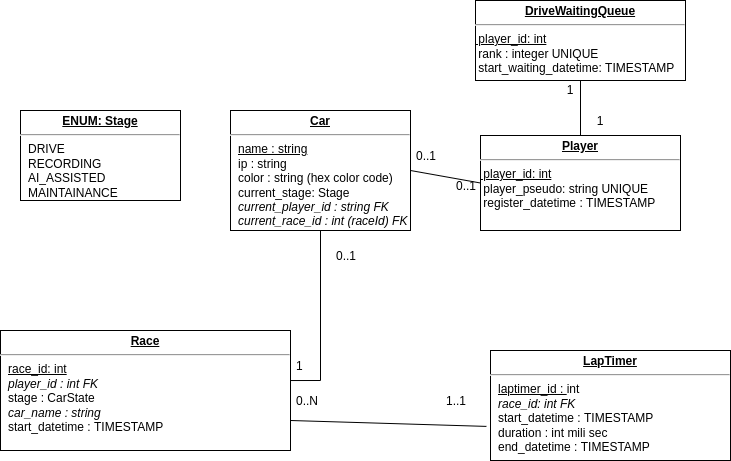
Before: doc/donkeycarManager/DataStructure.png, a diagram exported from draw.io (mdl29/donkeycarLPH). Source tidied: cells renumbered, new cells last; positions are measured from the earlier drawing's top-left corner, leaving out a move shared by most shapes.
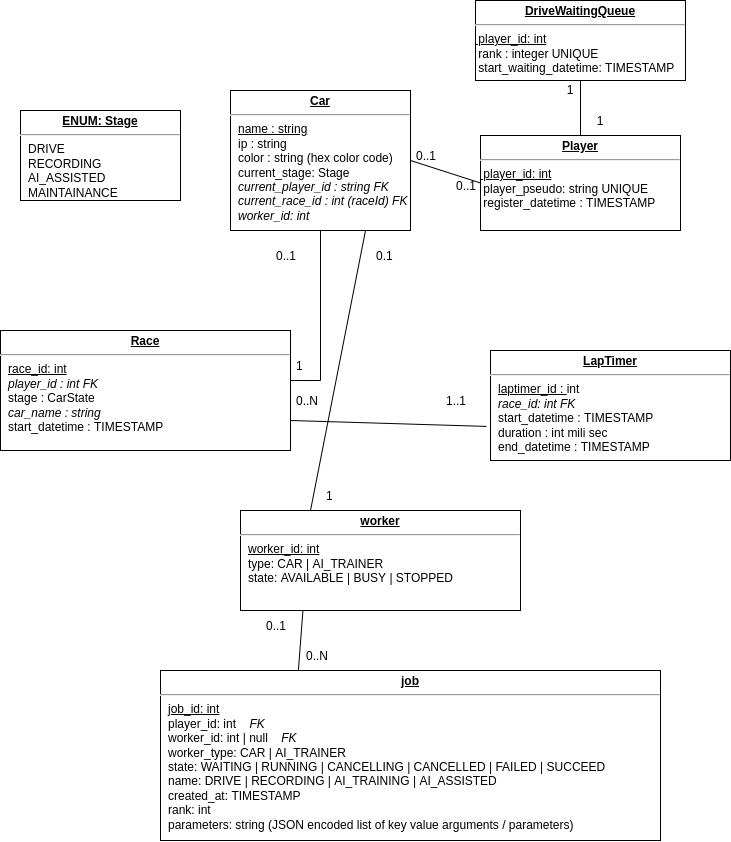
After the change.

The edit, as a diff of the source:
```diff
@@ -2,8 +2,11 @@
   <root>
     <mxCell id="0" />
     <mxCell id="1" parent="0" />
+    <mxCell id="20" style="edgeStyle=none;html=1;exitX=0.75;exitY=1;exitDx=0;exitDy=0;entryX=0.25;entryY=0;entryDx=0;entryDy=0;endArrow=none;endFill=0;" parent="1" edge="1" source="2" target="23">
+      <mxGeometry relative="1" as="geometry" />
+    </mxCell>
-    <mxCell id="2" value="&lt;p style=&quot;margin: 0px ; margin-top: 4px ; text-align: center ; text-decoration: underline&quot;&gt;&lt;b&gt;Car&lt;/b&gt;&lt;br&gt;&lt;/p&gt;&lt;hr&gt;&lt;p style=&quot;margin: 0px ; margin-left: 8px&quot;&gt;&lt;u&gt;name : string&lt;/u&gt;&lt;br&gt;&lt;/p&gt;&lt;p style=&quot;margin: 0px ; margin-left: 8px&quot;&gt;ip : string&lt;br&gt;color : string (hex color code)&lt;/p&gt;&lt;p style=&quot;margin: 0px ; margin-left: 8px&quot;&gt;current_stage: Stage&lt;/p&gt;&lt;p style=&quot;margin: 0px ; margin-left: 8px&quot;&gt;&lt;i&gt;current_player_id : string FK&lt;/i&gt;&lt;/p&gt;&lt;p style=&quot;margin: 0px ; margin-left: 8px&quot;&gt;&lt;i&gt;current_race_id : int (raceId) FK&lt;/i&gt;&lt;br&gt;&lt;/p&gt;" style="verticalAlign=top;align=left;overflow=fill;fontSize=12;fontFamily=Helvetica;html=1;" parent="1" vertex="1">
-      <mxGeometry x="230" y="110" width="180" height="120" as="geometry" />
+    <mxCell id="2" value="&lt;p style=&quot;margin: 0px ; margin-top: 4px ; text-align: center ; text-decoration: underline&quot;&gt;&lt;b&gt;Car&lt;/b&gt;&lt;br&gt;&lt;/p&gt;&lt;hr&gt;&lt;p style=&quot;margin: 0px ; margin-left: 8px&quot;&gt;&lt;u&gt;name : string&lt;/u&gt;&lt;br&gt;&lt;/p&gt;&lt;p style=&quot;margin: 0px ; margin-left: 8px&quot;&gt;ip : string&lt;br&gt;color : string (hex color code)&lt;/p&gt;&lt;p style=&quot;margin: 0px ; margin-left: 8px&quot;&gt;current_stage: Stage&lt;/p&gt;&lt;p style=&quot;margin: 0px ; margin-left: 8px&quot;&gt;&lt;i&gt;current_player_id : string FK&lt;/i&gt;&lt;/p&gt;&lt;p style=&quot;margin: 0px ; margin-left: 8px&quot;&gt;&lt;i&gt;current_race_id : int (raceId) FK&lt;/i&gt;&lt;br&gt;&lt;/p&gt;&lt;p style=&quot;margin: 0px ; margin-left: 8px&quot;&gt;&lt;i&gt;worker_id: int&lt;/i&gt;&lt;/p&gt;" style="verticalAlign=top;align=left;overflow=fill;fontSize=12;fontFamily=Helvetica;html=1;" parent="1" vertex="1">
+      <mxGeometry x="230" y="90" width="180" height="140" as="geometry" />
     </mxCell>
     <mxCell id="3" value="&lt;p style=&quot;margin:0px;margin-top:4px;text-align:center;text-decoration:underline;&quot;&gt;&lt;b&gt;ENUM: Stage&lt;/b&gt;&lt;br&gt;&lt;/p&gt;&lt;hr&gt;&lt;p style=&quot;margin:0px;margin-left:8px;&quot;&gt;DRIVE&lt;br&gt;RECORDING&lt;br&gt;AI_ASSISTED&lt;/p&gt;&lt;p style=&quot;margin:0px;margin-left:8px;&quot;&gt;MAINTAINANCE&lt;br&gt;&lt;/p&gt;" style="verticalAlign=top;align=left;overflow=fill;fontSize=12;fontFamily=Helvetica;html=1;" parent="1" vertex="1">
       <mxGeometry x="20" y="110" width="160" height="90" as="geometry" />
@@ -34,7 +37,7 @@
       <mxGeometry x="410" y="140" width="40" height="30" as="geometry" />
     </mxCell>
     <mxCell id="11" value="0..1" style="text;strokeColor=none;fillColor=none;align=left;verticalAlign=middle;spacingLeft=4;spacingRight=4;overflow=hidden;" parent="1" vertex="1">
-      <mxGeometry x="330" y="240" width="40" height="30" as="geometry" />
+      <mxGeometry x="270" y="240" width="40" height="30" as="geometry" />
     </mxCell>
     <mxCell id="12" value="1" style="text;strokeColor=none;fillColor=none;align=left;verticalAlign=middle;spacingLeft=4;spacingRight=4;overflow=hidden;" parent="1" vertex="1">
       <mxGeometry x="290" y="350" width="40" height="30" as="geometry" />
@@ -60,5 +63,26 @@
     <mxCell id="19" value="1" style="text;html=1;strokeColor=none;fillColor=none;align=center;verticalAlign=middle;whiteSpace=wrap;rounded=0;" parent="1" vertex="1">
       <mxGeometry x="570" y="106" width="60" height="30" as="geometry" />
     </mxCell>
+    <mxCell id="21" style="edgeStyle=none;html=1;exitX=0.25;exitY=1;exitDx=0;exitDy=0;entryX=0.25;entryY=0;entryDx=0;entryDy=0;endArrow=none;endFill=0;" parent="1" edge="1" source="22" target="23">
+      <mxGeometry relative="1" as="geometry" />
+    </mxCell>
+    <mxCell id="22" value="&lt;p style=&quot;margin: 0px ; margin-top: 4px ; text-align: center ; text-decoration: underline&quot;&gt;&lt;b&gt;job&lt;/b&gt;&lt;br&gt;&lt;/p&gt;&lt;hr&gt;&lt;p style=&quot;margin: 0px ; margin-left: 8px&quot;&gt;&lt;u&gt;job_id: int&lt;/u&gt;&lt;br&gt;&lt;/p&gt;&lt;p style=&quot;margin: 0px ; margin-left: 8px&quot;&gt;player_id: int&amp;nbsp; &amp;nbsp; &lt;i&gt;FK&lt;/i&gt;&lt;br&gt;&lt;/p&gt;&lt;p style=&quot;margin: 0px ; margin-left: 8px&quot;&gt;worker_id: int | null&amp;nbsp; &amp;nbsp; &lt;i&gt;FK&lt;/i&gt;&lt;br&gt;&lt;/p&gt;&lt;p style=&quot;margin: 0px ; margin-left: 8px&quot;&gt;worker_type: CAR | AI_TRAINER&lt;br&gt;&lt;/p&gt;&lt;p style=&quot;margin: 0px ; margin-left: 8px&quot;&gt;state: WAITING | RUNNING | CANCELLING | CANCELLED | FAILED | SUCCEED&lt;/p&gt;&lt;p style=&quot;margin: 0px ; margin-left: 8px&quot;&gt;name: DRIVE | RECORDING | AI_TRAINING | AI_ASSISTED&lt;/p&gt;&lt;p style=&quot;margin: 0px ; margin-left: 8px&quot;&gt;created_at: TIMESTAMP&lt;/p&gt;&lt;p style=&quot;margin: 0px ; margin-left: 8px&quot;&gt;rank: int&lt;/p&gt;&lt;p style=&quot;margin: 0px ; margin-left: 8px&quot;&gt;parameters: string (JSON encoded list of key value arguments / parameters)&lt;/p&gt;" style="verticalAlign=top;align=left;overflow=fill;fontSize=12;fontFamily=Helvetica;html=1;" parent="1" vertex="1">
+      <mxGeometry x="160" y="670" width="500" height="170" as="geometry" />
+    </mxCell>
+    <mxCell id="23" value="&lt;p style=&quot;margin: 0px ; margin-top: 4px ; text-align: center ; text-decoration: underline&quot;&gt;&lt;b&gt;worker&lt;/b&gt;&lt;/p&gt;&lt;hr&gt;&lt;p style=&quot;margin: 0px ; margin-left: 8px&quot;&gt;&lt;span&gt;&lt;u&gt;worker_id: int&lt;/u&gt;&lt;/span&gt;&lt;br&gt;&lt;/p&gt;&lt;p style=&quot;margin: 0px ; margin-left: 8px&quot;&gt;type: CAR | AI_TRAINER&lt;/p&gt;&lt;p style=&quot;margin: 0px ; margin-left: 8px&quot;&gt;state: AVAILABLE | BUSY | STOPPED&lt;/p&gt;" style="verticalAlign=top;align=left;overflow=fill;fontSize=12;fontFamily=Helvetica;html=1;" parent="1" vertex="1">
+      <mxGeometry x="240" y="510" width="280" height="100" as="geometry" />
+    </mxCell>
+    <mxCell id="24" value="0..N" style="text;strokeColor=none;fillColor=none;align=left;verticalAlign=middle;spacingLeft=4;spacingRight=4;overflow=hidden;" parent="1" vertex="1">
+      <mxGeometry x="300" y="640" width="40" height="30" as="geometry" />
+    </mxCell>
+    <mxCell id="25" value="0..1" style="text;strokeColor=none;fillColor=none;align=left;verticalAlign=middle;spacingLeft=4;spacingRight=4;overflow=hidden;" parent="1" vertex="1">
+      <mxGeometry x="260" y="610" width="40" height="30" as="geometry" />
+    </mxCell>
+    <mxCell id="26" value="0.1" style="text;strokeColor=none;fillColor=none;align=left;verticalAlign=middle;spacingLeft=4;spacingRight=4;overflow=hidden;" parent="1" vertex="1">
+      <mxGeometry x="370" y="240" width="40" height="30" as="geometry" />
+    </mxCell>
+    <mxCell id="27" value="1" style="text;strokeColor=none;fillColor=none;align=left;verticalAlign=middle;spacingLeft=4;spacingRight=4;overflow=hidden;" parent="1" vertex="1">
+      <mxGeometry x="320" y="480" width="40" height="30" as="geometry" />
+    </mxCell>
   </root>
 </mxGraphModel>
```
